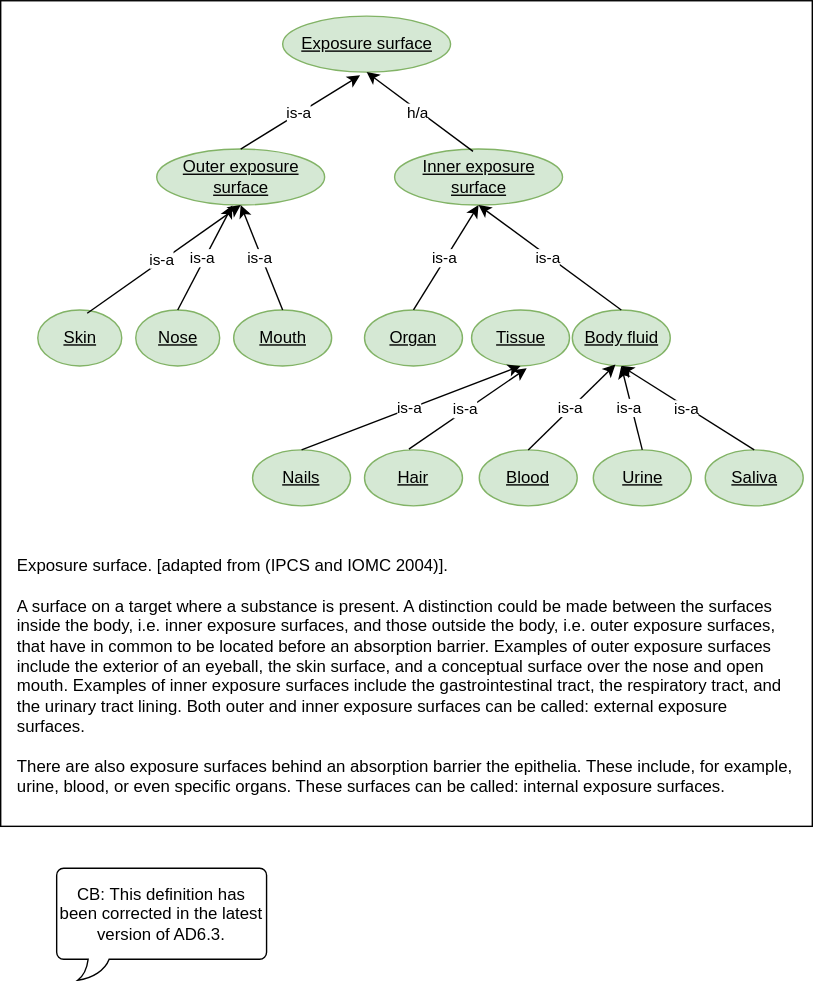
The draw.io diagram sub-group-exposure-surface.drawio.svg in eu-parc/aggregate-exposure-modelling, before a commit. Source tidied: cells renumbered, new cells last; positions are measured from the earlier drawing's top-left corner, leaving out a move shared by most shapes.
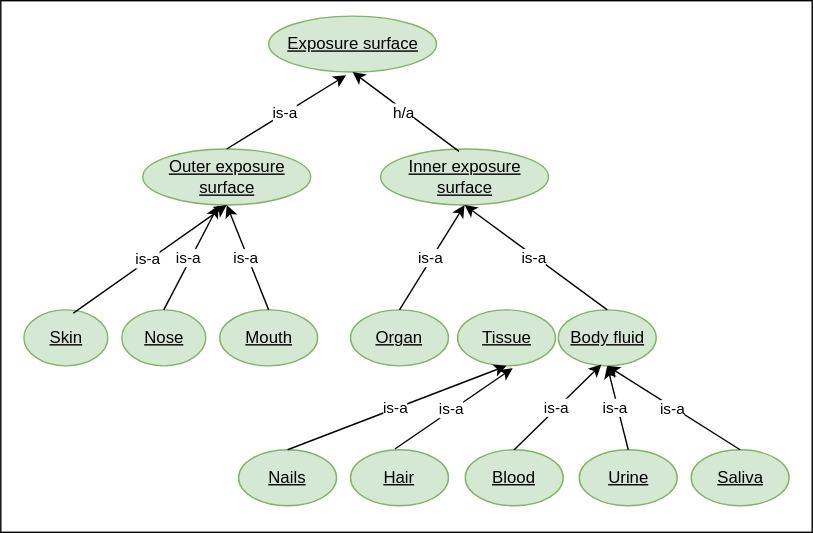
Above is the later version.

The edit, as a diff of the source:
```diff
@@ -3,11 +3,8 @@
     <mxCell id="0" />
     <mxCell id="1" parent="0" />
     <mxCell id="2" style="rounded=0;whiteSpace=wrap;html=1;" parent="1" vertex="1">
-      <mxGeometry width="580" height="590" as="geometry" />
+      <mxGeometry x="10" width="580" height="380" as="geometry" />
     </mxCell>
-    <mxCell id="3" value="Exposure surface. [adapted from (IPCS and IOMC 2004)]. &lt;br/&gt;&lt;br&gt;A surface on a target where a substance is present. A distinction could be made between the surfaces inside the body, i.e. inner exposure surfaces, and those outside the body, i.e. outer exposure surfaces, that have in common to be located before an absorption barrier. Examples of outer exposure surfaces include the exterior of an eyeball, the skin surface, and a conceptual surface over the nose and open mouth. Examples of inner exposure surfaces include the gastrointestinal tract, the respiratory tract, and the urinary tract lining. Both outer and inner exposure surfaces can be called: external exposure surfaces.&lt;br/&gt;&lt;br&gt;There are also exposure surfaces behind an absorption barrier the epithelia. These include, for example, urine, blood, or even specific organs. These surfaces can be called: internal exposure surfaces." style="text;whiteSpace=wrap;html=1;" parent="1" vertex="1">
-      <mxGeometry x="10" y="390" width="560" height="180" as="geometry" />
-    </mxCell>
     <mxCell id="4" value="Inner exposure surface" style="ellipse;whiteSpace=wrap;html=1;fillColor=#d5e8d4;strokeColor=#82b366;fontStyle=4;fontColor=#000000;" parent="1" vertex="1">
       <mxGeometry x="281.5" y="106" width="120" height="40" as="geometry" />
     </mxCell>
@@ -146,8 +143,5 @@
         <mxPoint x="-2" as="offset" />
       </mxGeometry>
     </mxCell>
-    <mxCell id="42" value="CB:&amp;nbsp;This definition has been corrected in the latest version of AD6.3." style="whiteSpace=wrap;html=1;shape=mxgraph.basic.roundRectCallout;dx=30;dy=15;size=5;boundedLbl=1;" parent="1" vertex="1">
-      <mxGeometry x="40" y="620" width="150" height="80" as="geometry" />
-    </mxCell>
   </root>
 </mxGraphModel>
```
